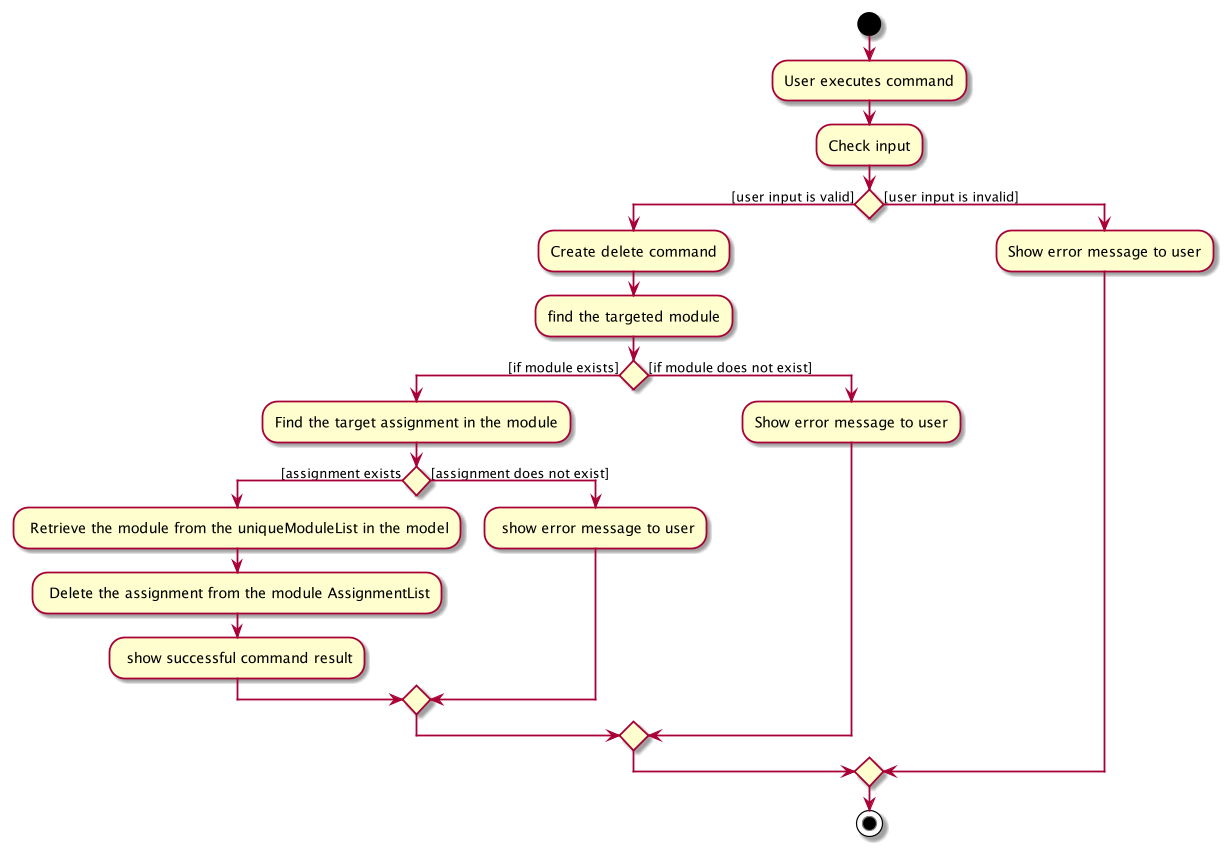
nus-cs2103-AY2021S2/tp keeps this PlantUML diagram as docs/images/DeleteFeatureActivityDiagram.png. Above is the earlier version.
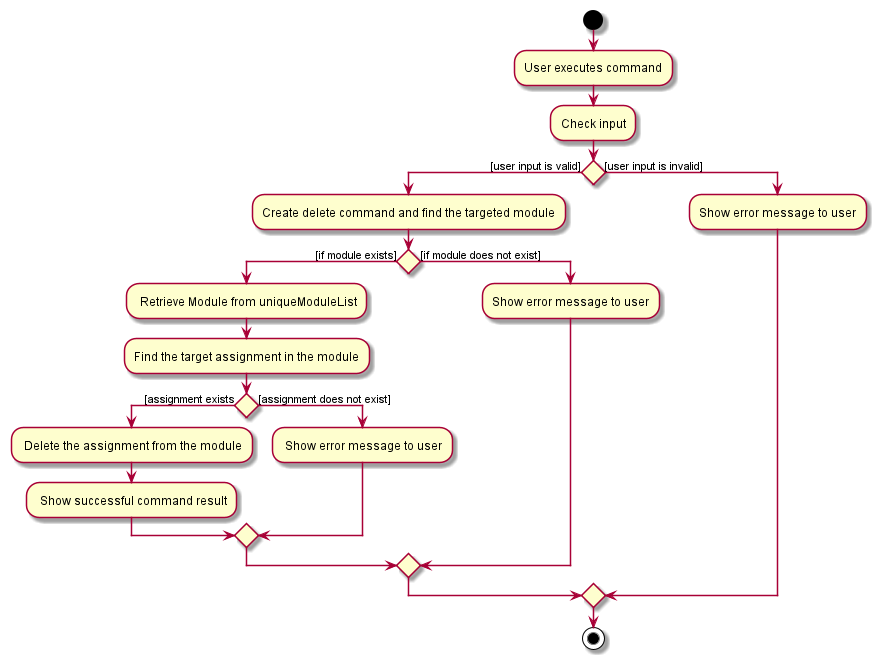
Above is the later version.

The edit, as a diff of the source:
```diff
@@ -3,16 +3,15 @@
 :User executes command;
 :Check input;
 if() then ([user input is valid])
-    :Create delete command;
-    :find the targeted module;
+    :Create delete command and find the targeted module;
     if() then ([if module exists])
+        : Retrieve Module from uniqueModuleList;
         :Find the target assignment in the module;
         if() then ([assignment exists)
-                : Retrieve the module from the uniqueModuleList in the model;
-                : Delete the assignment from the module AssignmentList;
-                : show successful command result;
+                : Delete the assignment from the module;
+                : Show successful command result;
         else([assignment does not exist])
-            : show error message to user;
+            : Show error message to user;
         endif
     else([if module does not exist])
         :Show error message to user;
```
